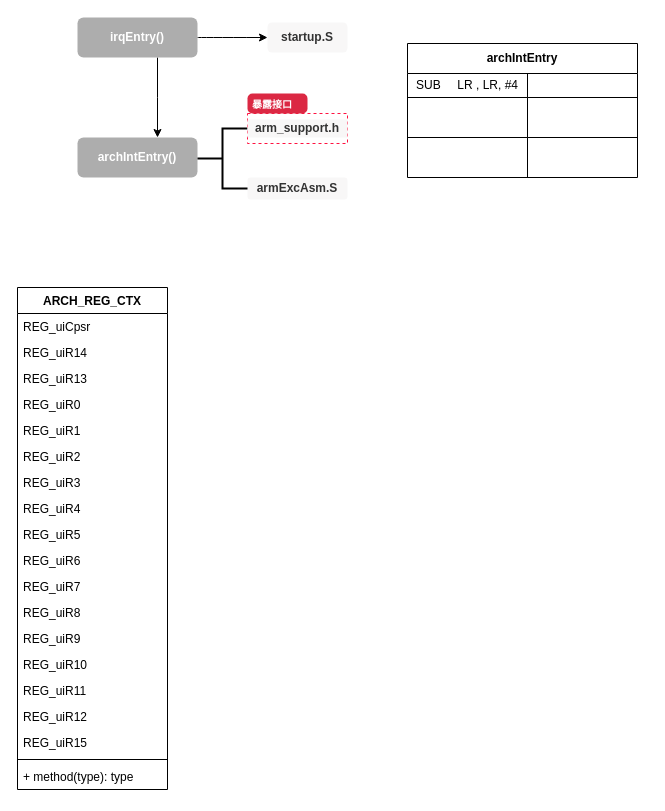
peng-fan/drawio keeps this draw.io diagram as draw/SylixOS中断处理流程.drawio. Above is the earlier version. Source tidied: cells renumbered, new cells numbered last; positions are measured from the earlier drawing's top-left corner, leaving out a move shared by most shapes. Both pictures are drawn from the tidied source at 100%, with x=0, y=0 at pixel (17, 17).
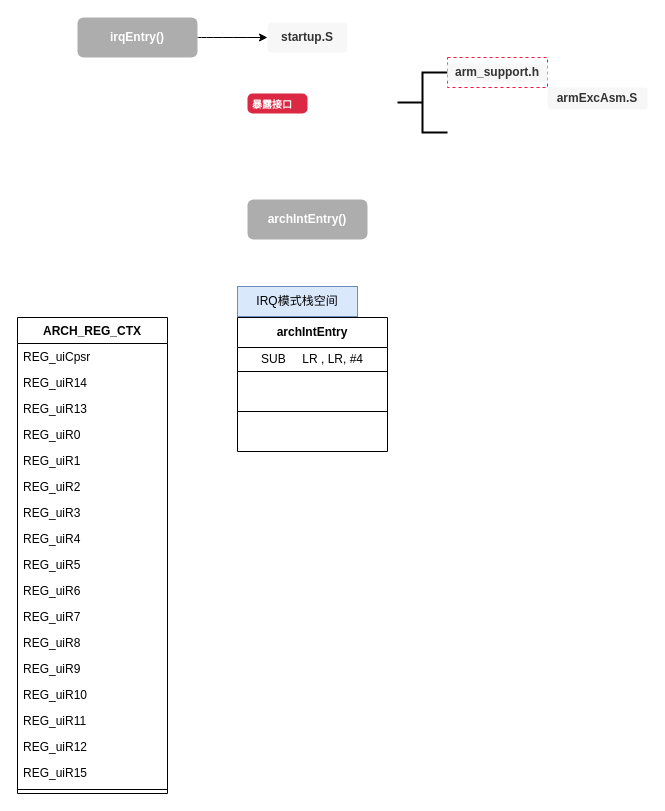
The same diagram, later.

Commit message (it also covers changes not shown here):
Update SylixOS中断处理流程.drawio

The change refers to these unchanged cells:
```xml
<mxCell id="4" value="&lt;b&gt;&lt;font color=&quot;#ffffff&quot;&gt;irqEntry()&lt;/font&gt;&lt;/b&gt;" style="rounded=1;whiteSpace=wrap;html=1;glass=0;sketch=0;align=center;fillColor=#ADADAD;strokeColor=none;" parent="1" vertex="1">
  <mxGeometry x="60" width="120" height="40" as="geometry" />
</mxCell>
<mxCell id="10" style="group;" parent="9" vertex="1">
  <mxGeometry width="100" height="50" as="geometry" />
</mxCell>
```

Change to the diagram source:
```diff
@@
-    <mxCell id="3" style="edgeStyle=orthogonalEdgeStyle;rounded=0;jettySize=auto;html=1;" parent="1" edge="1" source="4" target="6">
-      <mxGeometry relative="1" as="geometry">
-        <Array as="points">
-          <mxPoint x="140" y="80" />
-          <mxPoint x="140" y="80" />
-        </Array>
-      </mxGeometry>
-    </mxCell>
@@
     <mxCell id="6" value="&lt;font color=&quot;#ffffff&quot;&gt;&lt;b&gt;archIntEntry()&lt;/b&gt;&lt;/font&gt;" style="rounded=1;whiteSpace=wrap;html=1;glass=0;sketch=0;align=center;fillColor=#ADADAD;strokeColor=none;" parent="1" vertex="1">
-      <mxGeometry x="60" y="120" width="120" height="40" as="geometry" />
+      <mxGeometry x="230" y="182" width="120" height="40" as="geometry" />
     </mxCell>
     <mxCell id="7" value="&lt;font color=&quot;#333333&quot;&gt;&lt;b&gt;armExcAsm.S&lt;/b&gt;&lt;/font&gt;" style="text;html=1;strokeColor=none;align=center;verticalAlign=middle;whiteSpace=wrap;rounded=1;glass=0;sketch=0;fillColor=#F8F7F7;" parent="1" vertex="1">
-      <mxGeometry x="230" y="160" width="100" height="22" as="geometry" />
+      <mxGeometry x="530" y="70" width="100" height="22" as="geometry" />
     </mxCell>
-    <mxCell id="8" style="strokeWidth=2;html=1;shape=mxgraph.flowchart.annotation_2;align=left;labelPosition=right;rounded=0;glass=0;labelBackgroundColor=none;sketch=0;fillColor=none;gradientColor=none;fontSize=12;fontColor=#000000;" parent="1" vertex="1">
-      <mxGeometry x="180" y="111" width="50" height="60" as="geometry" />
-    </mxCell>
@@
-    <mxCell id="11" style="whiteSpace=wrap;html=1;rounded=0;glass=0;labelBackgroundColor=none;sketch=0;gradientColor=none;fontSize=12;fontColor=#000000;align=left;dashed=1;fillColor=none;strokeColor=#FF1241;" parent="10" vertex="1">
-      <mxGeometry y="20" width="100" height="30" as="geometry" />
-    </mxCell>
@@
-    <mxCell id="13" value="&lt;b&gt;&lt;font style=&quot;background-color: rgb(248 , 247 , 247)&quot; color=&quot;#333333&quot;&gt;arm_support.h&lt;/font&gt;&lt;/b&gt;" style="text;html=1;strokeColor=none;align=center;verticalAlign=middle;whiteSpace=wrap;rounded=0;glass=0;sketch=0;fillColor=#F8F7F7;" parent="10" vertex="1">
-      <mxGeometry y="26" width="100" height="18" as="geometry" />
-    </mxCell>
     <mxCell id="14" value="archIntEntry" style="shape=table;html=1;whiteSpace=wrap;startSize=30;childLayout=tableLayout;fontStyle=1;align=center;" parent="1" vertex="1">
-      <mxGeometry x="390" y="26" width="230" height="134" as="geometry" />
+      <mxGeometry x="220" y="300" width="150" height="134" as="geometry" />
     </mxCell>
     <mxCell id="15" style="shape=partialRectangle;html=1;whiteSpace=wrap;fillColor=none;top=0;left=0;bottom=0;right=0;" parent="14" vertex="1">
-      <mxGeometry y="30" width="230" height="24" as="geometry" />
+      <mxGeometry y="30" width="150" height="24" as="geometry" />
     </mxCell>
     <mxCell id="16" value="SUB&amp;nbsp; &amp;nbsp; &amp;nbsp;LR , LR, #4" style="shape=partialRectangle;html=1;whiteSpace=wrap;fillColor=none;top=0;left=0;bottom=0;right=0;overflow=hidden;" parent="15" vertex="1">
-      <mxGeometry width="120" height="24" as="geometry" />
+      <mxGeometry width="150" height="24" as="geometry" />
     </mxCell>
-    <mxCell id="17" style="shape=partialRectangle;html=1;whiteSpace=wrap;fillColor=none;top=0;left=0;bottom=0;right=0;overflow=hidden;" parent="15" vertex="1">
-      <mxGeometry x="120" width="110" height="24" as="geometry" />
-    </mxCell>
     <mxCell id="18" style="shape=partialRectangle;html=1;whiteSpace=wrap;fillColor=none;top=0;left=0;bottom=0;right=0;" parent="14" vertex="1">
-      <mxGeometry y="54" width="230" height="40" as="geometry" />
+      <mxGeometry y="54" width="150" height="40" as="geometry" />
     </mxCell>
     <mxCell id="19" style="shape=partialRectangle;html=1;whiteSpace=wrap;fillColor=none;top=0;left=0;bottom=0;right=0;overflow=hidden;" parent="18" vertex="1">
-      <mxGeometry width="120" height="40" as="geometry" />
+      <mxGeometry width="150" height="40" as="geometry" />
     </mxCell>
-    <mxCell id="20" style="shape=partialRectangle;html=1;whiteSpace=wrap;fillColor=none;top=0;left=0;bottom=0;right=0;overflow=hidden;" parent="18" vertex="1">
-      <mxGeometry x="120" width="110" height="40" as="geometry" />
-    </mxCell>
     <mxCell id="21" style="shape=partialRectangle;html=1;whiteSpace=wrap;fillColor=none;top=0;left=0;bottom=0;right=0;" parent="14" vertex="1">
-      <mxGeometry y="94" width="230" height="40" as="geometry" />
+      <mxGeometry y="94" width="150" height="40" as="geometry" />
     </mxCell>
     <mxCell id="22" style="shape=partialRectangle;html=1;whiteSpace=wrap;fillColor=none;top=0;left=0;bottom=0;right=0;overflow=hidden;" parent="21" vertex="1">
-      <mxGeometry width="120" height="40" as="geometry" />
+      <mxGeometry width="150" height="40" as="geometry" />
     </mxCell>
-    <mxCell id="23" style="shape=partialRectangle;html=1;whiteSpace=wrap;fillColor=none;top=0;left=0;bottom=0;right=0;overflow=hidden;" parent="21" vertex="1">
-      <mxGeometry x="120" width="110" height="40" as="geometry" />
-    </mxCell>
     <mxCell id="24" value="ARCH_REG_CTX" style="swimlane;fontStyle=1;align=center;verticalAlign=top;horizontal=1;startSize=26;" parent="1" vertex="1">
-      <mxGeometry y="270" width="150" height="502" as="geometry" />
+      <mxGeometry y="300" width="150" height="476" as="geometry" />
     </mxCell>
@@
-    <mxCell id="43" value="+ method(type): type" style="text;strokeColor=none;fillColor=none;align=left;verticalAlign=top;spacingLeft=4;spacingRight=4;overflow=hidden;" parent="24" vertex="1">
-      <mxGeometry y="476" width="150" height="26" as="geometry" />
-    </mxCell>
+    <mxCell id="44" value="IRQ模式栈空间" style="rounded=0;whiteSpace=wrap;html=1;fillColor=#dae8fc;strokeColor=#6c8ebf;" parent="1" vertex="1">
+      <mxGeometry x="220" y="269" width="120" height="30" as="geometry" />
+    </mxCell>
+    <mxCell id="8" style="strokeWidth=2;html=1;shape=mxgraph.flowchart.annotation_2;align=left;labelPosition=right;rounded=0;glass=0;labelBackgroundColor=none;sketch=0;fillColor=none;gradientColor=none;fontSize=12;fontColor=#000000;" parent="1" vertex="1">
+      <mxGeometry x="380" y="55" width="50" height="60" as="geometry" />
+    </mxCell>
+    <mxCell id="11" style="whiteSpace=wrap;html=1;rounded=0;glass=0;labelBackgroundColor=none;sketch=0;gradientColor=none;fontSize=12;fontColor=#000000;align=left;dashed=1;fillColor=none;strokeColor=#FF1241;" parent="1" vertex="1">
+      <mxGeometry x="430" y="40" width="100" height="30" as="geometry" />
+    </mxCell>
+    <mxCell id="13" value="&lt;b&gt;&lt;font style=&quot;background-color: rgb(248 , 247 , 247)&quot; color=&quot;#333333&quot;&gt;arm_support.h&lt;/font&gt;&lt;/b&gt;" style="text;html=1;strokeColor=none;align=center;verticalAlign=middle;whiteSpace=wrap;rounded=0;glass=0;sketch=0;fillColor=#F8F7F7;" parent="1" vertex="1">
+      <mxGeometry x="430" y="46" width="100" height="18" as="geometry" />
+    </mxCell>
```
